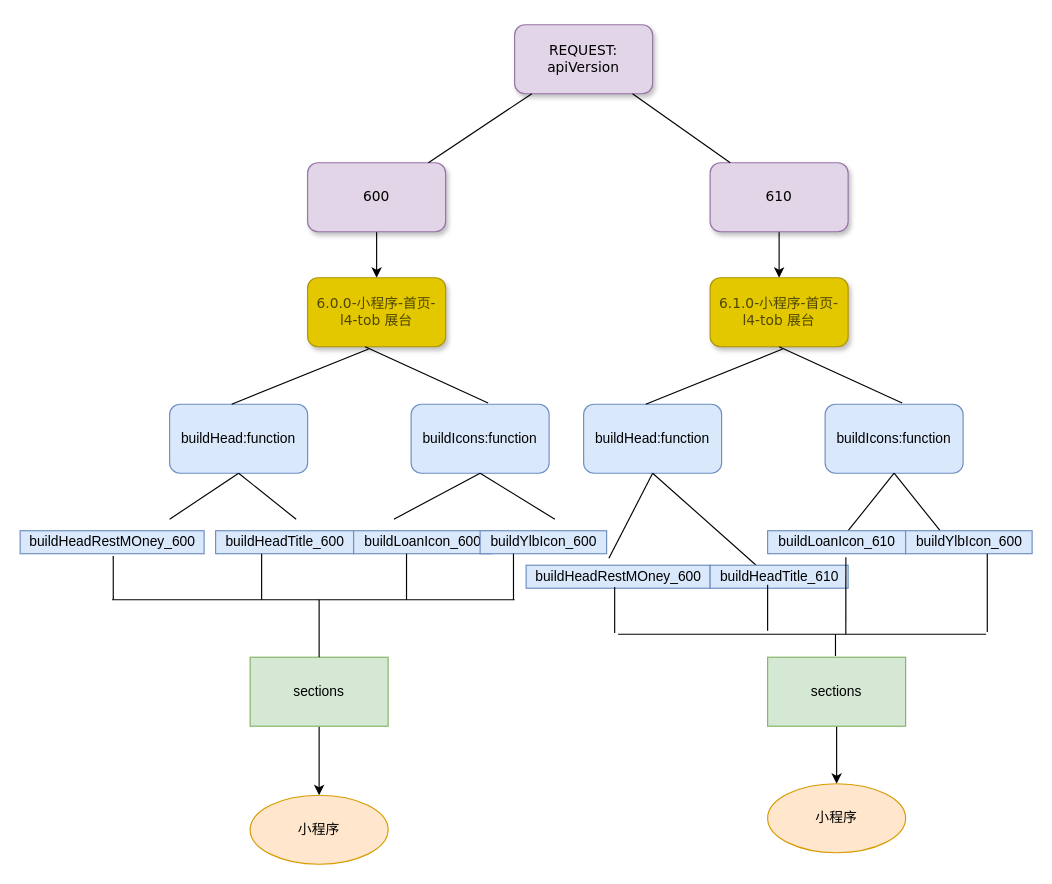
This is Untitled Diagram.drawio from notomorow/wangxingfan, a draw.io file, before an edit. Source tidied: cells renumbered, new cells numbered last; positions are measured from the earlier drawing's top-left corner, leaving out a move shared by most shapes. Both pictures are drawn from the tidied source at 115%, with x=0, y=0 at pixel (20, 24).
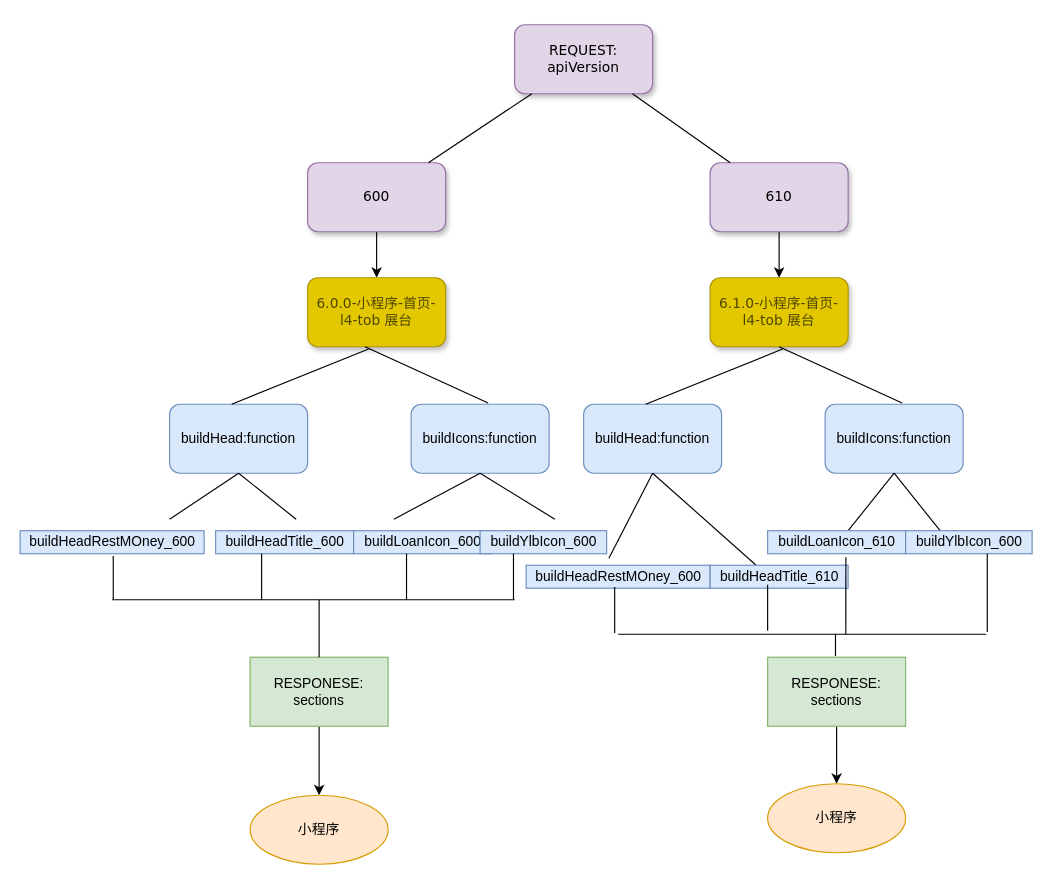
After the change.

The edit, as a diff of the source:
```diff
@@
-    <mxCell id="37" value="sections" style="whiteSpace=wrap;html=1;align=center;fillColor=#d5e8d4;strokeColor=#82b366;" parent="1" vertex="1">
+    <mxCell id="37" value="RESPONESE:&lt;br&gt;sections" style="whiteSpace=wrap;html=1;align=center;fillColor=#d5e8d4;strokeColor=#82b366;" parent="1" vertex="1">
       <mxGeometry x="200" y="550" width="120" height="60" as="geometry" />
     </mxCell>
@@
-    <mxCell id="54" value="sections" style="whiteSpace=wrap;html=1;align=center;fillColor=#d5e8d4;strokeColor=#82b366;" parent="1" vertex="1">
+    <mxCell id="54" value="RESPONESE:&lt;br&gt;sections" style="whiteSpace=wrap;html=1;align=center;fillColor=#d5e8d4;strokeColor=#82b366;" parent="1" vertex="1">
       <mxGeometry x="650" y="550" width="120" height="60" as="geometry" />
     </mxCell>
```
